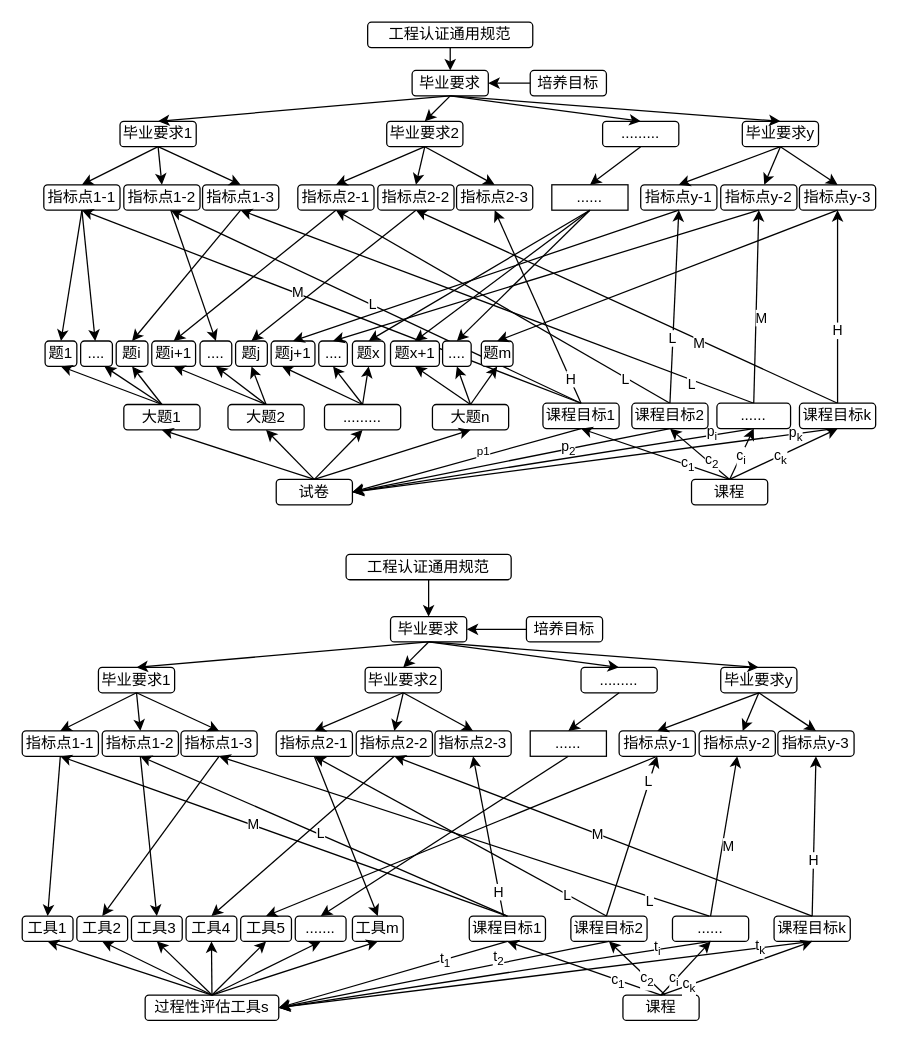
oliverwy/DhDesignpattern keeps this draw.io diagram as Untitled Diagram.drawio. Above is the earlier version. Source tidied: cells renumbered, new cells numbered last; positions are measured from the earlier drawing's top-left corner, leaving out a move shared by most shapes. Both pictures are drawn from the tidied source at 127%, with x=0, y=0 at pixel (22, 22).
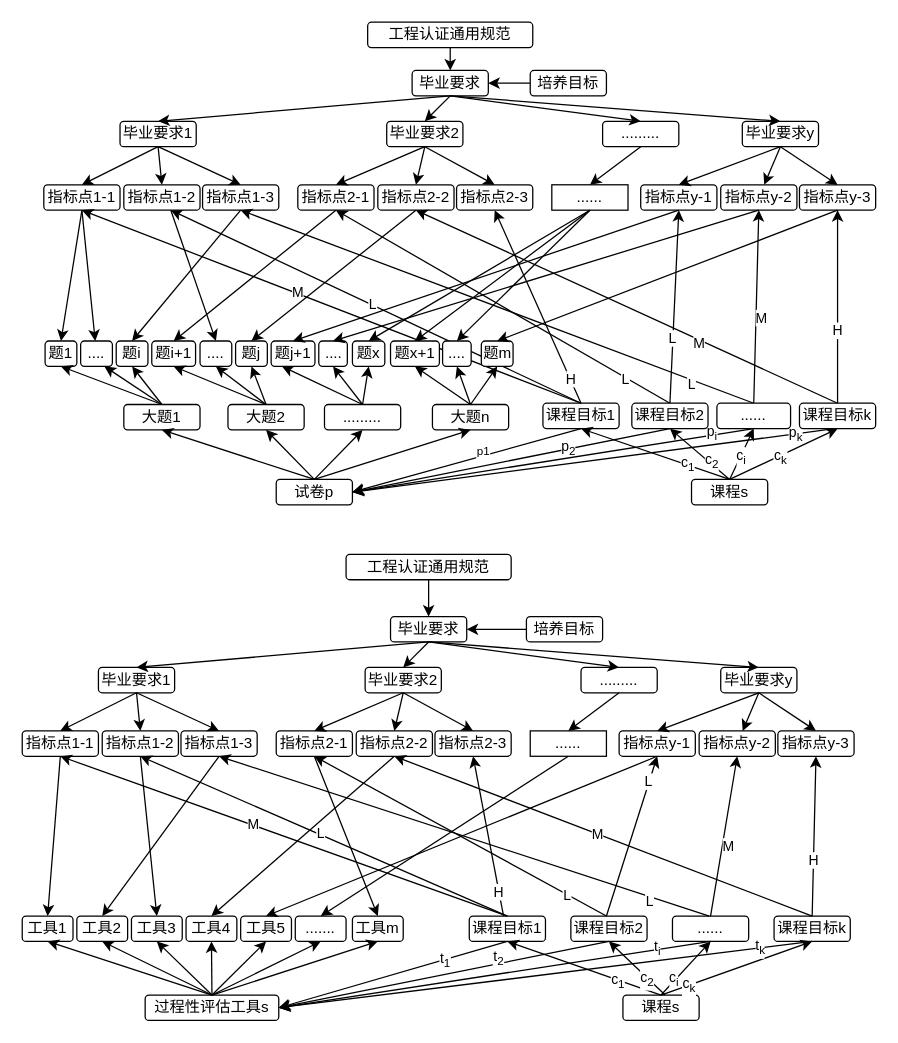
After the change.

Diff of the diagram source:
```diff
@@
-    <mxCell id="20" value="课程" style="rounded=1;whiteSpace=wrap;html=1;align=center;" parent="1" vertex="1">
+    <mxCell id="20" value="课程s" style="rounded=1;whiteSpace=wrap;html=1;align=center;" parent="1" vertex="1">
       <mxGeometry x="527" y="360" width="60" height="20" as="geometry" />
     </mxCell>
@@
-    <mxCell id="55" value="试卷" style="rounded=1;whiteSpace=wrap;html=1;align=center;" parent="1" vertex="1">
+    <mxCell id="55" value="试卷p" style="rounded=1;whiteSpace=wrap;html=1;align=center;" parent="1" vertex="1">
       <mxGeometry x="200" y="360" width="60" height="20" as="geometry" />
     </mxCell>
@@
-    <mxCell id="131" value="课程" style="rounded=1;whiteSpace=wrap;html=1;align=center;" parent="1" vertex="1">
+    <mxCell id="131" value="课程s" style="rounded=1;whiteSpace=wrap;html=1;align=center;" parent="1" vertex="1">
       <mxGeometry x="473" y="766" width="60" height="20" as="geometry" />
     </mxCell>
```
